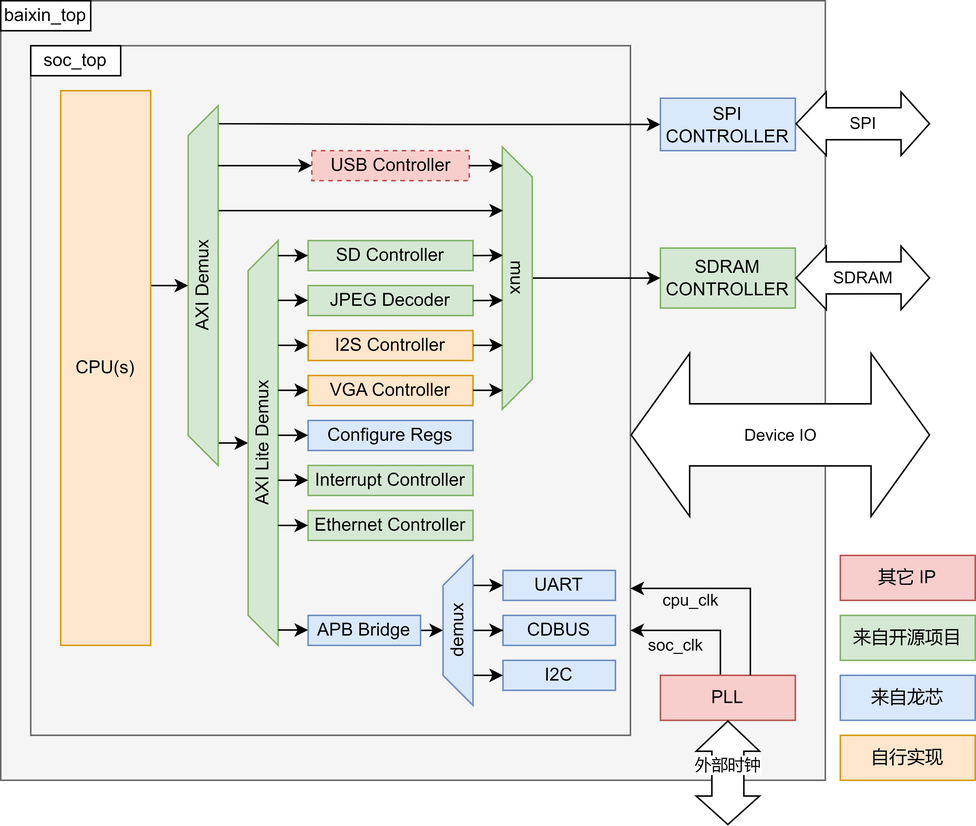
Before: picture/megasoc.drawio.png, a diagram exported from draw.io (BUAA-CI-LAB/MegaSoC). Source tidied: cells renumbered, new cells last; positions are measured from the earlier drawing's top-left corner, leaving out a move shared by most shapes.
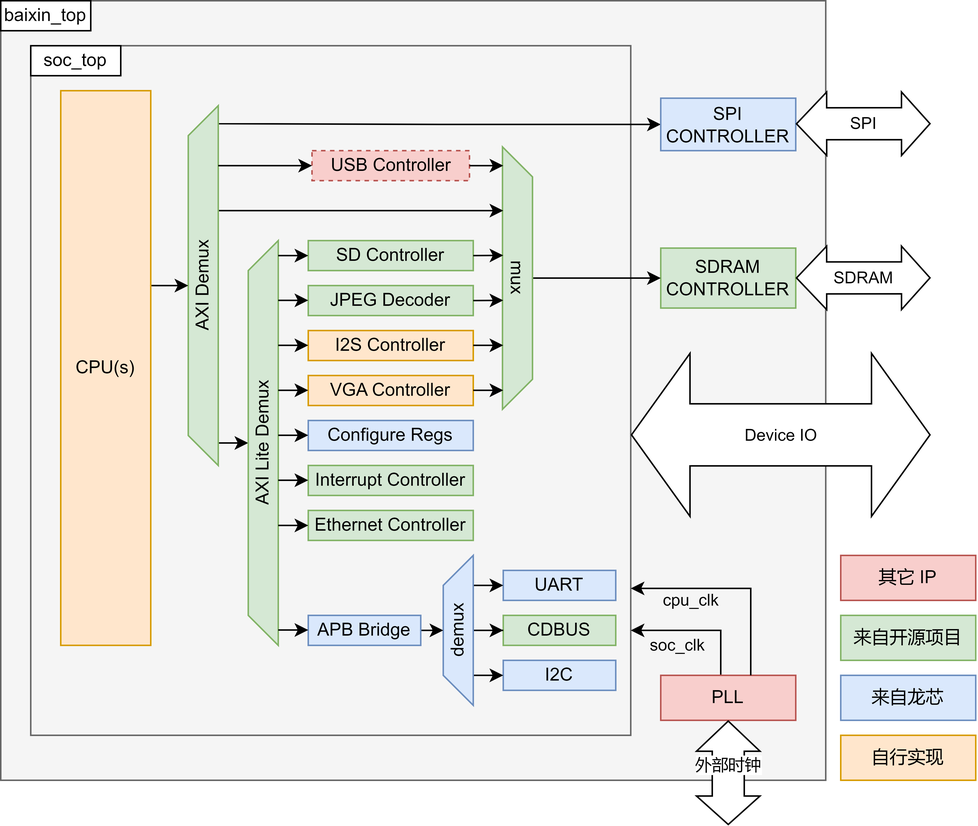
After the commit.

The edit, as a diff of the source:
```diff
@@ -40,7 +40,7 @@
     <mxCell id="11" value="UART" style="rounded=0;whiteSpace=wrap;html=1;fillColor=#dae8fc;strokeColor=#6c8ebf;" parent="1" vertex="1">
       <mxGeometry x="335" y="380" width="75" height="20" as="geometry" />
     </mxCell>
-    <mxCell id="12" value="CDBUS" style="rounded=0;whiteSpace=wrap;html=1;fillColor=#dae8fc;strokeColor=#6c8ebf;" parent="1" vertex="1">
+    <mxCell id="12" value="CDBUS" style="rounded=0;whiteSpace=wrap;html=1;fillColor=#d5e8d4;strokeColor=#82b366;" parent="1" vertex="1">
       <mxGeometry x="335" y="410" width="75" height="20" as="geometry" />
     </mxCell>
     <mxCell id="13" value="I2C" style="rounded=0;whiteSpace=wrap;html=1;fillColor=#dae8fc;strokeColor=#6c8ebf;" parent="1" vertex="1">
```
